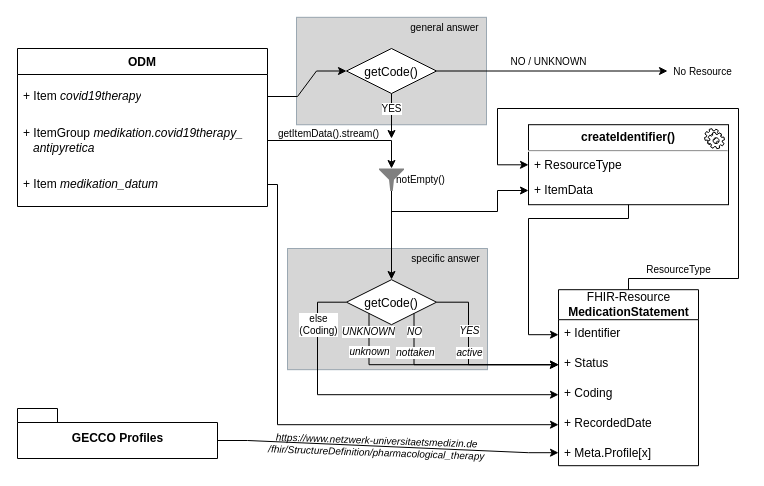
Earlier version of the draw.io diagram docs/diagrams/draw-io/medication/COVID19Therapy.drawio (num-codex/odm2fhir). Source tidied: cells renumbered, new cells numbered last; positions are measured from the earlier drawing's top-left corner, leaving out a move shared by most shapes. Both pictures are drawn from the tidied source at 100%, with x=0, y=0 at pixel (17, 17).
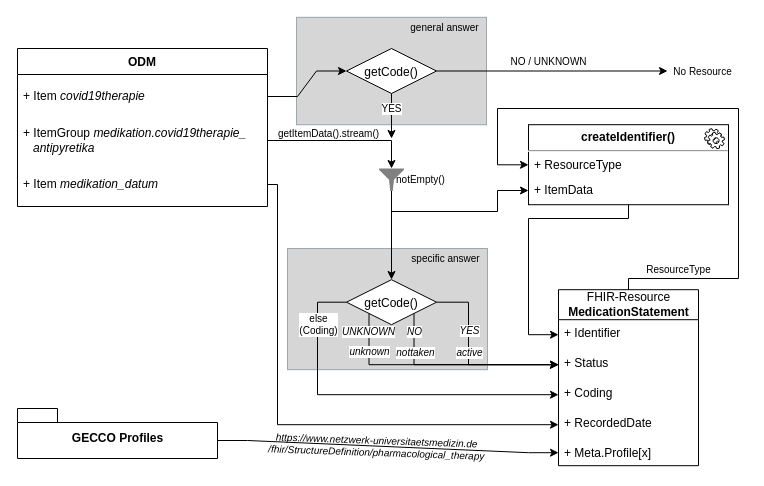
Above is the later version.

The change refers to these unchanged cells:
```xml
<mxCell id="16" value="ODM" style="swimlane;fontStyle=1;horizontal=1;startSize=26;fillColor=none;" parent="1" vertex="1">
  <mxGeometry y="31" width="250" height="158" as="geometry" />
</mxCell>
```

Change to the diagram source:
```diff
@@
-    <mxCell id="17" value="+ Item &lt;i&gt;covid19therapy&lt;/i&gt;" style="text;strokeColor=none;fillColor=none;align=left;verticalAlign=middle;spacingLeft=4;spacingRight=4;overflow=hidden;points=[[0,0.5],[1,0.5]];portConstraint=eastwest;fontStyle=0;whiteSpace=wrap;html=1;" parent="16" vertex="1">
+    <mxCell id="17" value="+ Item &lt;i&gt;covid19therapie&lt;/i&gt;" style="text;strokeColor=none;fillColor=none;align=left;verticalAlign=middle;spacingLeft=4;spacingRight=4;overflow=hidden;points=[[0,0.5],[1,0.5]];portConstraint=eastwest;fontStyle=0;whiteSpace=wrap;html=1;" parent="16" vertex="1">
       <mxGeometry y="26" width="250" height="44" as="geometry" />
     </mxCell>
-    <mxCell id="18" value="+ ItemGroup &lt;i&gt;medikation.covid19therapy_&lt;br&gt;&amp;nbsp; &amp;nbsp;antipyretica&lt;br&gt;&lt;/i&gt;" style="text;strokeColor=none;fillColor=none;align=left;verticalAlign=middle;spacingLeft=4;spacingRight=4;overflow=hidden;points=[[0,0.5],[1,0.5]];portConstraint=eastwest;fontStyle=0;whiteSpace=wrap;html=1;" parent="16" vertex="1">
+    <mxCell id="18" value="+ ItemGroup &lt;i&gt;medikation.covid19therapie_&lt;br&gt;&amp;nbsp; &amp;nbsp;antipyretika&lt;br&gt;&lt;/i&gt;" style="text;strokeColor=none;fillColor=none;align=left;verticalAlign=middle;spacingLeft=4;spacingRight=4;overflow=hidden;points=[[0,0.5],[1,0.5]];portConstraint=eastwest;fontStyle=0;whiteSpace=wrap;html=1;" parent="16" vertex="1">
       <mxGeometry y="70" width="250" height="44" as="geometry" />
     </mxCell>
```
